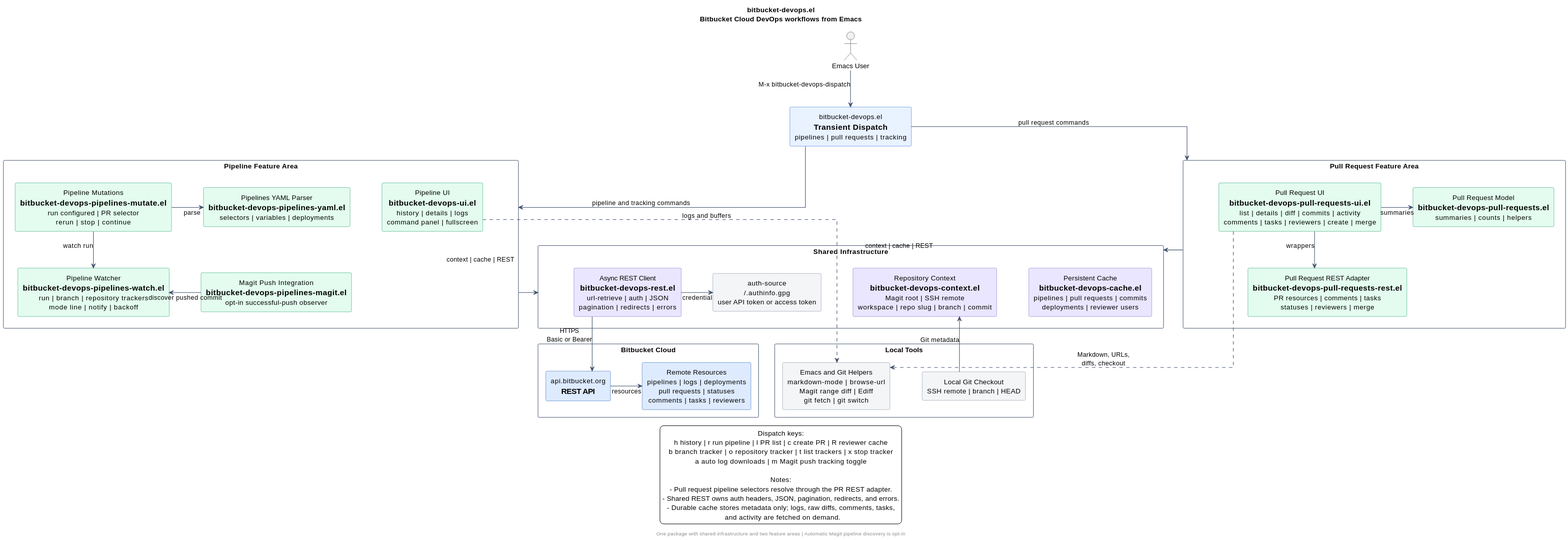
This is diagrams/bitbucket-devops-architecture.svg from will-abb/bitbucket-devops.el, a PlantUML export, as it was before one commit. Its source is kept beside it as diagrams/bitbucket-devops-architecture.puml. The source it was exported from:
```plantuml
@startuml
title bitbucket-devops.el\nBitbucket Cloud DevOps workflows from Emacs

top to bottom direction
scale max 2200 width
hide stereotype

skinparam backgroundColor #FFFFFF
skinparam shadowing false
skinparam linetype ortho
skinparam packageStyle rectangle
skinparam defaultTextAlignment center
skinparam nodesep 65
skinparam ranksep 75
skinparam ArrowColor #42526E
skinparam ArrowThickness 1.1
skinparam rectangleBorderColor #42526E
skinparam rectangleBackgroundColor #FFFFFF
skinparam packageBorderColor #42526E
skinparam packageBackgroundColor #FFFFFF
skinparam noteBackgroundColor #FFF7D6
skinparam noteBorderColor #FFAB00

skinparam rectangle<<Entry>> {
  BackgroundColor #E9F2FF
  BorderColor #0052CC
}
skinparam rectangle<<Feature>> {
  BackgroundColor #E3FCEF
  BorderColor #00875A
}
skinparam rectangle<<Shared>> {
  BackgroundColor #EAE6FF
  BorderColor #6554C0
}
skinparam rectangle<<Local>> {
  BackgroundColor #F4F5F7
  BorderColor #6B778C
}
skinparam rectangle<<External>> {
  BackgroundColor #DEEBFF
  BorderColor #0747A6
}

actor "Emacs User" as user

rectangle "bitbucket-devops.el\n==Transient Dispatch\npipelines | pull requests | tracking" <<Entry>> as dispatch

package "Pipeline Feature Area" as pipeline_area {
  rectangle "Pipeline UI\n==bitbucket-devops-ui.el\nhistory | details | logs\ncommand panel | fullscreen" <<Feature>> as pipeline_ui
  rectangle "Pipeline Mutations\n==bitbucket-devops-pipelines-mutate.el\nrun configured | PR selector\nrerun | stop | continue" <<Feature>> as pipeline_mutate
  rectangle "Pipelines YAML Parser\n==bitbucket-devops-pipelines-yaml.el\nselectors | variables | deployments" <<Feature>> as pipeline_yaml
  rectangle "Pipeline Watcher\n==bitbucket-devops-pipelines-watch.el\nrun | branch | repository trackers\nmode line | notify | backoff" <<Feature>> as watcher
  rectangle "Magit Push Integration\n==bitbucket-devops-pipelines-magit.el\nopt-in successful-push observer" <<Feature>> as magitpush

  pipeline_mutate -right-> pipeline_yaml : parse
  pipeline_mutate -down-> watcher : watch run
  magitpush -left-> watcher : discover pushed commit
}

package "Pull Request Feature Area" as pr_area {
  rectangle "Pull Request UI\n==bitbucket-devops-pull-requests-ui.el\nlist | details | diff | commits | activity\ncomments | tasks | reviewers | create | merge" <<Feature>> as pr_ui
  rectangle "Pull Request Model\n==bitbucket-devops-pull-requests.el\nsummaries | counts | helpers" <<Feature>> as pr_model
  rectangle "Pull Request REST Adapter\n==bitbucket-devops-pull-requests-rest.el\nPR resources | comments | tasks\nstatuses | reviewers | merge" <<Feature>> as pr_rest

  pr_ui -right-> pr_model : summaries
  pr_ui -down-> pr_rest : wrappers
}

package "Shared Infrastructure" as shared {
  rectangle "Repository Context\n==bitbucket-devops-context.el\nMagit root | SSH remote\nworkspace | repo slug | branch | commit" <<Shared>> as context
  rectangle "Persistent Cache\n==bitbucket-devops-cache.el\npipelines | pull requests | commits\ndeployments | reviewer users" <<Shared>> as cache
  rectangle "Async REST Client\n==bitbucket-devops-rest.el\nurl-retrieve | auth | JSON\npagination | redirects | errors" <<Shared>> as rest
  rectangle "auth-source\n~/.authinfo.gpg\nuser API token or access token" <<Local>> as auth

  context -[hidden]right-> cache
  cache -[hidden]right-> rest
  rest -right-> auth : credential
}

package "Local Tools" as local_tools {
  rectangle "Local Git Checkout\nSSH remote | branch | HEAD" <<Local>> as checkout
  rectangle "Emacs and Git Helpers\nmarkdown-mode | browse-url\nMagit range diff | Ediff\ngit fetch | git switch" <<Local>> as emacs_tools

  checkout -[hidden]right-> emacs_tools
}

package "Bitbucket Cloud" as bitbucket_cloud {
  rectangle "api.bitbucket.org\n==REST API" <<External>> as api
  rectangle "Remote Resources\npipelines | logs | deployments\npull requests | statuses\ncomments | tasks | reviewers" <<External>> as resources

  api -right-> resources : resources
}

user -down-> dispatch : M-x bitbucket-devops-dispatch

dispatch -down-> pipeline_area : pipeline and tracking commands
dispatch -down-> pr_area : pull request commands

pipeline_area -down-> shared : context | cache | REST
pr_area -down-> shared : context | cache | REST

checkout -up-> context : Git metadata
pr_ui ..> emacs_tools : Markdown, URLs,\ndiffs, checkout
pipeline_ui ..> emacs_tools : logs and buffers

rest -down-> api : HTTPS\nBasic or Bearer

legend bottom
  Dispatch keys:
  h history | r run pipeline | l PR list | c create PR | R reviewer cache
  b branch tracker | o repository tracker | t list trackers | x stop tracker
  a auto log downloads | m Magit push tracking toggle

  Notes:
  - Pull request pipeline selectors resolve through the PR REST adapter.
  - Shared REST owns auth headers, JSON, pagination, redirects, and errors.
  - Durable cache stores metadata only; logs, raw diffs, comments, tasks,
    and activity are fetched on demand.
endlegend

footer One package with shared infrastructure and two feature areas | Automatic Magit pipeline discovery is opt-in

@enduml
```
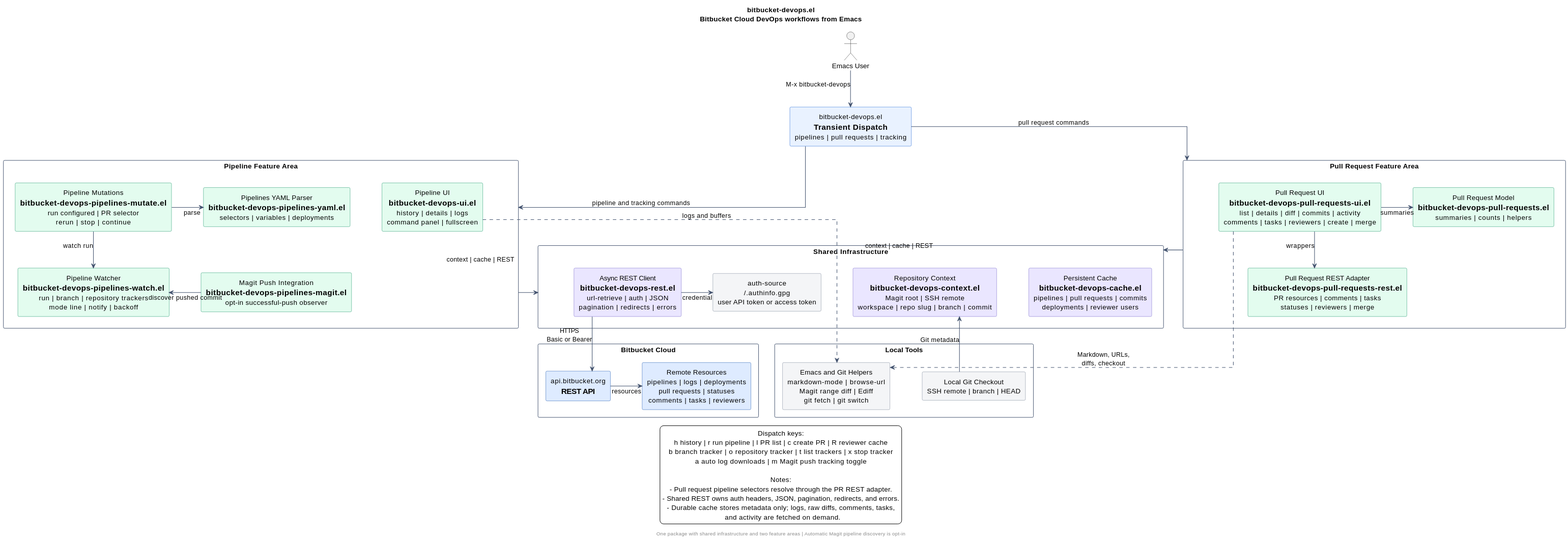
The same file after the commit.

Diff of the diagram source:
```diff
@@ -92,7 +92,7 @@
   api -right-> resources : resources
 }
 
-user -down-> dispatch : M-x bitbucket-devops-dispatch
+user -down-> dispatch : M-x bitbucket-devops
 
 dispatch -down-> pipeline_area : pipeline and tracking commands
 dispatch -down-> pr_area : pull request commands
```
